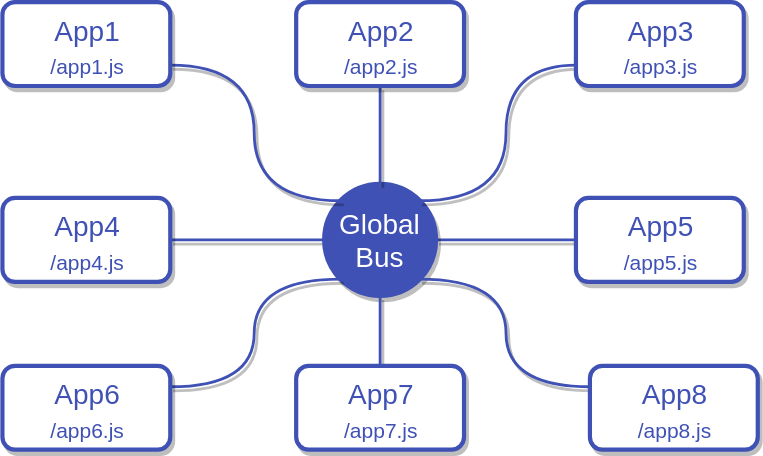
Above: images/matrix.drawio.svg in ralliejs/docs (draw.io), before the change. Source tidied: cells renumbered, new cells last; positions are measured from the earlier drawing's top-left corner, leaving out a move shared by most shapes.
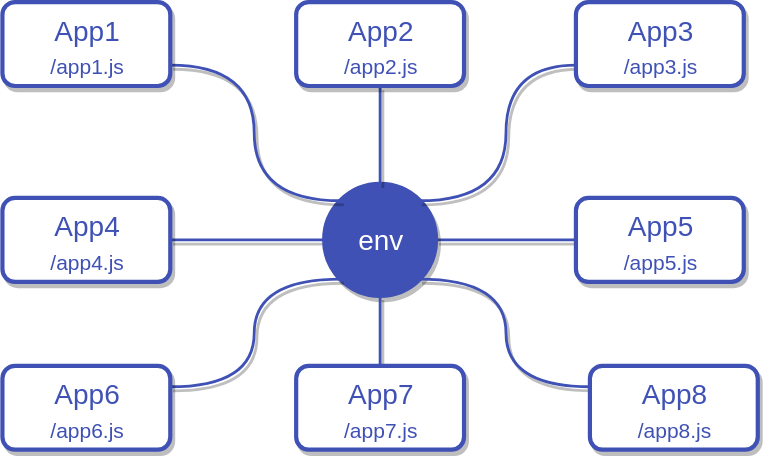
Later version of the same file.

What changed in the source:
```diff
@@ -14,7 +14,7 @@
     <mxCell id="5" value="&lt;span style=&quot;white-space: normal&quot;&gt;App5&lt;/span&gt;&lt;br style=&quot;white-space: normal&quot;&gt;&lt;font style=&quot;white-space: normal ; font-size: 15px&quot;&gt;/app5.js&lt;/font&gt;" style="rounded=1;whiteSpace=wrap;html=1;fillColor=#ffffff;strokeColor=#3F51B5;strokeWidth=3;shadow=1;comic=0;glass=0;fontStyle=0;fontColor=#3F51B5;fontSize=20;verticalAlign=top;" parent="1" vertex="1">
       <mxGeometry x="410" y="140" width="120" height="60" as="geometry" />
     </mxCell>
-    <mxCell id="6" value="Global Bus" style="ellipse;whiteSpace=wrap;html=1;shadow=1;glass=0;comic=0;strokeColor=#3F51B5;strokeWidth=3;fillColor=#3F51B5;fontSize=20;fontColor=#FFFFFF;" parent="1" vertex="1">
+    <mxCell id="6" value="env" style="ellipse;whiteSpace=wrap;html=1;shadow=1;glass=0;comic=0;strokeColor=#3F51B5;strokeWidth=3;fillColor=#3F51B5;fontSize=20;fontColor=#FFFFFF;" parent="1" vertex="1">
       <mxGeometry x="230" y="130" width="80" height="80" as="geometry" />
     </mxCell>
     <mxCell id="7" style="edgeStyle=orthogonalEdgeStyle;curved=1;rounded=0;jettySize=auto;html=1;exitX=1;exitY=0.75;exitDx=0;exitDy=0;entryX=0;entryY=0;entryDx=0;entryDy=0;endArrow=none;endFill=0;strokeWidth=2;strokeColor=#3F51B5;shadow=1;" parent="1" edge="1" source="8" target="6">
```
